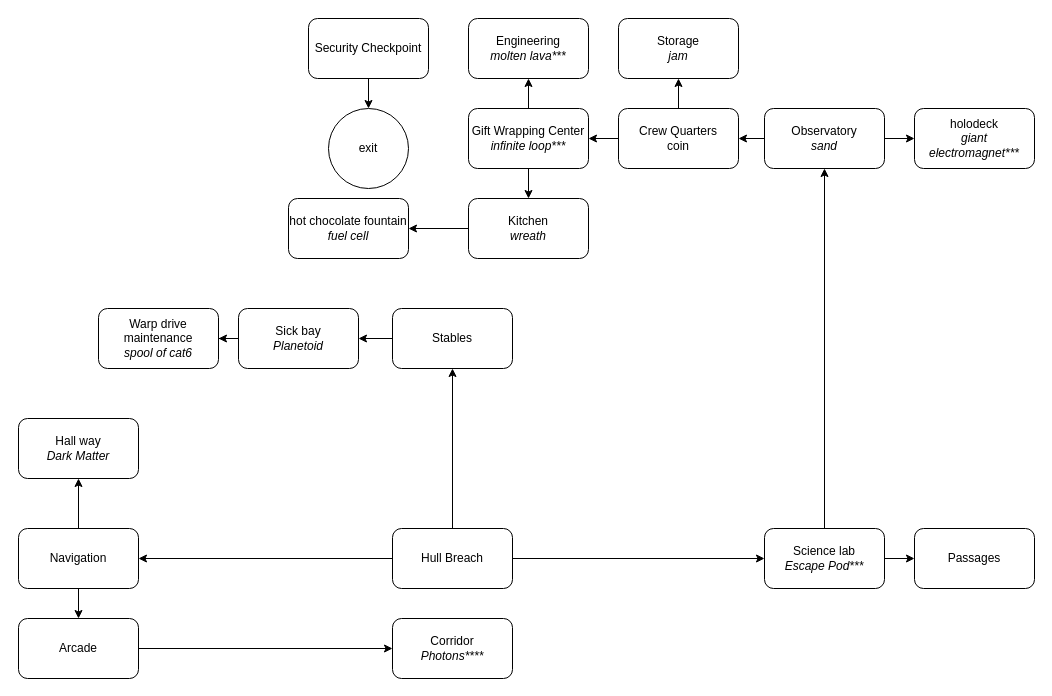
mahler/adventofcode keeps this draw.io diagram as 2019/25/AoC_2019-25.drawio. Above is the earlier version. Source tidied: cells renumbered, new cells numbered last; positions are measured from the earlier drawing's top-left corner, leaving out a move shared by most shapes. Both pictures are drawn from the tidied source at 100%, with x=0, y=0 at pixel (18, 18).
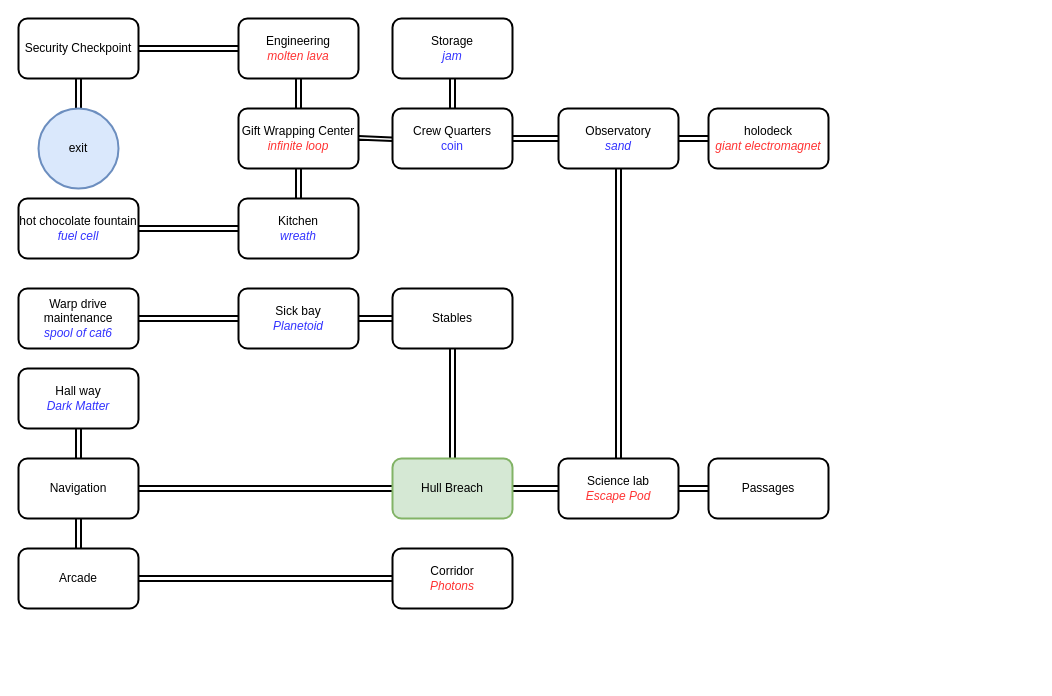
The same diagram, later.

Commit message:
Update AoC_2019-25.drawio to look nicer

What changed in the source:
```diff
@@
-    <mxCell id="2" style="edgeStyle=orthogonalEdgeStyle;rounded=0;jettySize=auto;html=1;exitX=0.5;exitY=0;exitDx=0;exitDy=0;" parent="1" edge="1" source="5" target="7">
+    <mxCell id="2" style="edgeStyle=orthogonalEdgeStyle;rounded=0;jettySize=auto;html=1;exitX=0.5;exitY=0;exitDx=0;exitDy=0;shape=link;strokeWidth=2;" parent="1" edge="1" source="5" target="7">
       <mxGeometry relative="1" as="geometry" />
     </mxCell>
-    <mxCell id="3" style="edgeStyle=orthogonalEdgeStyle;rounded=0;jettySize=auto;html=1;exitX=1;exitY=0.5;exitDx=0;exitDy=0;" parent="1" edge="1" source="5" target="11">
+    <mxCell id="3" style="edgeStyle=orthogonalEdgeStyle;rounded=0;jettySize=auto;html=1;exitX=1;exitY=0.5;exitDx=0;exitDy=0;shape=link;strokeWidth=2;" parent="1" edge="1" source="5" target="11">
       <mxGeometry relative="1" as="geometry" />
     </mxCell>
-    <mxCell id="4" style="edgeStyle=orthogonalEdgeStyle;rounded=0;jettySize=auto;html=1;exitX=0;exitY=0.5;exitDx=0;exitDy=0;" parent="1" edge="1" source="5" target="17">
+    <mxCell id="4" style="edgeStyle=orthogonalEdgeStyle;rounded=0;jettySize=auto;html=1;exitX=0;exitY=0.5;exitDx=0;exitDy=0;shape=link;strokeWidth=2;" parent="1" edge="1" source="5" target="17">
       <mxGeometry relative="1" as="geometry" />
     </mxCell>
-    <mxCell id="5" value="Hull Breach" style="rounded=1;whiteSpace=wrap;html=1;" parent="1" vertex="1">
-      <mxGeometry x="374" y="510" width="120" height="60" as="geometry" />
+    <mxCell id="5" value="Hull Breach" style="rounded=1;whiteSpace=wrap;html=1;fillColor=#d5e8d4;strokeColor=#82b366;strokeWidth=2;" parent="1" vertex="1">
+      <mxGeometry x="374" y="440" width="120" height="60" as="geometry" />
     </mxCell>
-    <mxCell id="6" style="edgeStyle=orthogonalEdgeStyle;rounded=0;jettySize=auto;html=1;" parent="1" edge="1" source="7" target="13">
+    <mxCell id="6" style="edgeStyle=orthogonalEdgeStyle;rounded=0;jettySize=auto;html=1;shape=link;strokeWidth=2;" parent="1" edge="1" source="7" target="13">
       <mxGeometry relative="1" as="geometry" />
     </mxCell>
-    <mxCell id="7" value="Stables" style="rounded=1;whiteSpace=wrap;html=1;" parent="1" vertex="1">
-      <mxGeometry x="374" y="290" width="120" height="60" as="geometry" />
+    <mxCell id="7" value="Stables" style="rounded=1;whiteSpace=wrap;html=1;strokeWidth=2;" parent="1" vertex="1">
+      <mxGeometry x="374" y="270" width="120" height="60" as="geometry" />
     </mxCell>
-    <mxCell id="8" value="Hall way&lt;br&gt;&lt;i&gt;Dark Matter&lt;/i&gt;" style="rounded=1;whiteSpace=wrap;html=1;" parent="1" vertex="1">
-      <mxGeometry y="400" width="120" height="60" as="geometry" />
+    <mxCell id="8" value="Hall way&lt;br&gt;&lt;i&gt;&lt;font style=&quot;color: rgb(51, 51, 255);&quot;&gt;Dark Matter&lt;/font&gt;&lt;/i&gt;" style="rounded=1;whiteSpace=wrap;html=1;strokeWidth=2;" parent="1" vertex="1">
+      <mxGeometry y="350" width="120" height="60" as="geometry" />
     </mxCell>
-    <mxCell id="9" style="edgeStyle=orthogonalEdgeStyle;rounded=0;jettySize=auto;html=1;exitX=0.5;exitY=0;exitDx=0;exitDy=0;entryX=0.5;entryY=1;entryDx=0;entryDy=0;" parent="1" edge="1" source="11" target="23">
+    <mxCell id="9" style="edgeStyle=orthogonalEdgeStyle;rounded=0;jettySize=auto;html=1;exitX=0.5;exitY=0;exitDx=0;exitDy=0;entryX=0.5;entryY=1;entryDx=0;entryDy=0;shape=link;strokeWidth=2;" parent="1" edge="1" source="11" target="23">
       <mxGeometry relative="1" as="geometry" />
     </mxCell>
-    <mxCell id="10" style="edgeStyle=orthogonalEdgeStyle;rounded=0;jettySize=auto;html=1;exitX=1;exitY=0.5;exitDx=0;exitDy=0;" parent="1" edge="1" source="11" target="24">
+    <mxCell id="10" style="edgeStyle=orthogonalEdgeStyle;rounded=0;jettySize=auto;html=1;exitX=1;exitY=0.5;exitDx=0;exitDy=0;strokeWidth=2;shape=link;" parent="1" edge="1" source="11" target="24">
       <mxGeometry relative="1" as="geometry" />
     </mxCell>
-    <mxCell id="11" value="Science lab&lt;br&gt;&lt;i&gt;Escape Pod***&lt;/i&gt;" style="rounded=1;whiteSpace=wrap;html=1;" parent="1" vertex="1">
-      <mxGeometry x="746" y="510" width="120" height="60" as="geometry" />
+    <mxCell id="11" value="Science lab&lt;br&gt;&lt;i&gt;&lt;font style=&quot;color: rgb(255, 51, 51);&quot;&gt;Escape Pod&lt;/font&gt;&lt;/i&gt;" style="rounded=1;whiteSpace=wrap;html=1;strokeWidth=2;" parent="1" vertex="1">
+      <mxGeometry x="540" y="440" width="120" height="60" as="geometry" />
     </mxCell>
-    <mxCell id="12" style="edgeStyle=orthogonalEdgeStyle;rounded=0;jettySize=auto;html=1;" parent="1" edge="1" source="13" target="14">
+    <mxCell id="12" style="edgeStyle=orthogonalEdgeStyle;rounded=0;jettySize=auto;html=1;shape=link;strokeWidth=2;" parent="1" edge="1" source="13" target="14">
       <mxGeometry relative="1" as="geometry" />
     </mxCell>
-    <mxCell id="13" value="Sick bay&lt;br&gt;&lt;i&gt;Planetoid&lt;/i&gt;" style="rounded=1;whiteSpace=wrap;html=1;" parent="1" vertex="1">
-      <mxGeometry x="220" y="290" width="120" height="60" as="geometry" />
+    <mxCell id="13" value="Sick bay&lt;br&gt;&lt;i&gt;&lt;font style=&quot;color: rgb(51, 51, 255);&quot;&gt;Planetoid&lt;/font&gt;&lt;/i&gt;" style="rounded=1;whiteSpace=wrap;html=1;strokeWidth=2;" parent="1" vertex="1">
+      <mxGeometry x="220" y="270" width="120" height="60" as="geometry" />
     </mxCell>
-    <mxCell id="14" value="Warp drive maintenance&lt;br&gt;&lt;i&gt;spool of cat6&lt;/i&gt;" style="rounded=1;whiteSpace=wrap;html=1;" parent="1" vertex="1">
-      <mxGeometry x="80" y="290" width="120" height="60" as="geometry" />
+    <mxCell id="14" value="Warp drive maintenance&lt;br&gt;&lt;i&gt;&lt;font style=&quot;color: rgb(51, 51, 255);&quot;&gt;spool of cat6&lt;/font&gt;&lt;/i&gt;" style="rounded=1;whiteSpace=wrap;html=1;strokeWidth=2;" parent="1" vertex="1">
+      <mxGeometry y="270" width="120" height="60" as="geometry" />
     </mxCell>
-    <mxCell id="15" style="edgeStyle=orthogonalEdgeStyle;rounded=0;jettySize=auto;html=1;" parent="1" edge="1" source="17" target="8">
+    <mxCell id="15" style="edgeStyle=orthogonalEdgeStyle;rounded=0;jettySize=auto;html=1;shape=link;strokeWidth=2;" parent="1" edge="1" source="17" target="8">
       <mxGeometry relative="1" as="geometry" />
     </mxCell>
-    <mxCell id="16" style="edgeStyle=orthogonalEdgeStyle;rounded=0;jettySize=auto;html=1;exitX=0.5;exitY=1;exitDx=0;exitDy=0;entryX=0.5;entryY=0;entryDx=0;entryDy=0;" parent="1" edge="1" source="17" target="19">
+    <mxCell id="16" style="edgeStyle=orthogonalEdgeStyle;rounded=0;jettySize=auto;html=1;exitX=0.5;exitY=1;exitDx=0;exitDy=0;entryX=0.5;entryY=0;entryDx=0;entryDy=0;shape=link;strokeWidth=2;" parent="1" edge="1" source="17" target="19">
       <mxGeometry relative="1" as="geometry" />
     </mxCell>
-    <mxCell id="17" value="Navigation" style="rounded=1;whiteSpace=wrap;html=1;" parent="1" vertex="1">
-      <mxGeometry y="510" width="120" height="60" as="geometry" />
+    <mxCell id="17" value="Navigation" style="rounded=1;whiteSpace=wrap;html=1;strokeWidth=2;" parent="1" vertex="1">
+      <mxGeometry y="440" width="120" height="60" as="geometry" />
     </mxCell>
-    <mxCell id="18" style="edgeStyle=orthogonalEdgeStyle;rounded=0;jettySize=auto;html=1;exitX=1;exitY=0.5;exitDx=0;exitDy=0;entryX=0;entryY=0.5;entryDx=0;entryDy=0;" parent="1" edge="1" source="19" target="20">
+    <mxCell id="18" style="edgeStyle=orthogonalEdgeStyle;rounded=0;jettySize=auto;html=1;exitX=1;exitY=0.5;exitDx=0;exitDy=0;entryX=0;entryY=0.5;entryDx=0;entryDy=0;shape=link;strokeWidth=2;" parent="1" edge="1" source="19" target="20">
       <mxGeometry relative="1" as="geometry" />
     </mxCell>
-    <mxCell id="19" value="Arcade" style="rounded=1;whiteSpace=wrap;html=1;" parent="1" vertex="1">
-      <mxGeometry y="600" width="120" height="60" as="geometry" />
+    <mxCell id="19" value="Arcade" style="rounded=1;whiteSpace=wrap;html=1;strokeWidth=2;" parent="1" vertex="1">
+      <mxGeometry y="530" width="120" height="60" as="geometry" />
     </mxCell>
-    <mxCell id="20" value="Corridor&lt;div&gt;&lt;i&gt;Photons****&lt;/i&gt;&lt;/div&gt;" style="rounded=1;whiteSpace=wrap;html=1;" parent="1" vertex="1">
-      <mxGeometry x="374" y="600" width="120" height="60" as="geometry" />
+    <mxCell id="20" value="Corridor&lt;div&gt;&lt;i&gt;&lt;font style=&quot;color: rgb(255, 51, 51);&quot;&gt;Photons&lt;/font&gt;&lt;/i&gt;&lt;/div&gt;" style="rounded=1;whiteSpace=wrap;html=1;strokeWidth=2;" parent="1" vertex="1">
+      <mxGeometry x="374" y="530" width="120" height="60" as="geometry" />
     </mxCell>
-    <mxCell id="21" style="edgeStyle=orthogonalEdgeStyle;rounded=0;jettySize=auto;html=1;" parent="1" edge="1" source="23" target="27">
+    <mxCell id="21" style="edgeStyle=orthogonalEdgeStyle;rounded=0;jettySize=auto;html=1;shape=link;strokeWidth=2;exitX=0;exitY=0.5;exitDx=0;exitDy=0;" parent="1" edge="1" source="23" target="27">
       <mxGeometry relative="1" as="geometry" />
     </mxCell>
-    <mxCell id="22" style="edgeStyle=orthogonalEdgeStyle;rounded=0;jettySize=auto;html=1;exitX=1;exitY=0.5;exitDx=0;exitDy=0;" parent="1" edge="1" source="23" target="28">
+    <mxCell id="22" style="edgeStyle=orthogonalEdgeStyle;rounded=0;jettySize=auto;html=1;exitX=1;exitY=0.5;exitDx=0;exitDy=0;shape=link;strokeWidth=2;" parent="1" edge="1" source="23" target="28">
       <mxGeometry relative="1" as="geometry" />
     </mxCell>
-    <mxCell id="23" value="Observatory&lt;div&gt;&lt;i&gt;sand&lt;/i&gt;&lt;/div&gt;" style="rounded=1;whiteSpace=wrap;html=1;" parent="1" vertex="1">
-      <mxGeometry x="746" y="90" width="120" height="60" as="geometry" />
+    <mxCell id="23" value="Observatory&lt;div&gt;&lt;i&gt;&lt;font style=&quot;color: rgb(51, 51, 255);&quot;&gt;sand&lt;/font&gt;&lt;/i&gt;&lt;/div&gt;" style="rounded=1;whiteSpace=wrap;html=1;strokeWidth=2;" parent="1" vertex="1">
+      <mxGeometry x="540" y="90" width="120" height="60" as="geometry" />
     </mxCell>
-    <mxCell id="24" value="Passages" style="rounded=1;whiteSpace=wrap;html=1;" parent="1" vertex="1">
-      <mxGeometry x="896" y="510" width="120" height="60" as="geometry" />
+    <mxCell id="24" value="Passages" style="rounded=1;whiteSpace=wrap;html=1;strokeWidth=2;" parent="1" vertex="1">
+      <mxGeometry x="690" y="440" width="120" height="60" as="geometry" />
     </mxCell>
-    <mxCell id="25" style="edgeStyle=orthogonalEdgeStyle;rounded=0;jettySize=auto;html=1;exitX=0;exitY=0.5;exitDx=0;exitDy=0;" parent="1" edge="1" source="27" target="31">
+    <mxCell id="25" style="edgeStyle=orthogonalEdgeStyle;rounded=0;jettySize=auto;html=1;exitX=0;exitY=0.5;exitDx=0;exitDy=0;shape=link;strokeWidth=2;" parent="1" edge="1" source="27" target="31">
       <mxGeometry relative="1" as="geometry" />
     </mxCell>
-    <mxCell id="26" style="edgeStyle=orthogonalEdgeStyle;rounded=0;jettySize=auto;html=1;exitX=0.5;exitY=0;exitDx=0;exitDy=0;entryX=0.5;entryY=1;entryDx=0;entryDy=0;" parent="1" edge="1" source="27" target="39">
+    <mxCell id="26" style="edgeStyle=orthogonalEdgeStyle;rounded=0;jettySize=auto;html=1;exitX=0.5;exitY=0;exitDx=0;exitDy=0;entryX=0.5;entryY=1;entryDx=0;entryDy=0;shape=link;strokeWidth=2;" parent="1" edge="1" source="27" target="39">
       <mxGeometry relative="1" as="geometry" />
     </mxCell>
-    <mxCell id="27" value="Crew Quarters&lt;br&gt;coin" style="rounded=1;whiteSpace=wrap;html=1;" parent="1" vertex="1">
-      <mxGeometry x="600" y="90" width="120" height="60" as="geometry" />
+    <mxCell id="27" value="Crew Quarters&lt;br&gt;&lt;font style=&quot;color: rgb(51, 51, 255);&quot;&gt;coin&lt;/font&gt;" style="rounded=1;whiteSpace=wrap;html=1;strokeWidth=2;" parent="1" vertex="1">
+      <mxGeometry x="374" y="90" width="120" height="60" as="geometry" />
     </mxCell>
-    <mxCell id="28" value="holodeck&lt;div&gt;&lt;i&gt;giant electromagnet***&lt;/i&gt;&lt;/div&gt;" style="rounded=1;whiteSpace=wrap;html=1;" parent="1" vertex="1">
-      <mxGeometry x="896" y="90" width="120" height="60" as="geometry" />
+    <mxCell id="28" value="holodeck&lt;div&gt;&lt;i&gt;&lt;font style=&quot;color: rgb(255, 51, 51);&quot;&gt;giant electromagnet&lt;/font&gt;&lt;/i&gt;&lt;/div&gt;" style="rounded=1;whiteSpace=wrap;html=1;strokeWidth=2;" parent="1" vertex="1">
+      <mxGeometry x="690" y="90" width="120" height="60" as="geometry" />
     </mxCell>
-    <mxCell id="29" style="edgeStyle=orthogonalEdgeStyle;rounded=0;jettySize=auto;html=1;exitX=0.5;exitY=0;exitDx=0;exitDy=0;entryX=0.5;entryY=1;entryDx=0;entryDy=0;" parent="1" edge="1" source="31" target="32">
+    <mxCell id="29" style="edgeStyle=orthogonalEdgeStyle;rounded=0;jettySize=auto;html=1;exitX=0.5;exitY=0;exitDx=0;exitDy=0;entryX=0.5;entryY=1;entryDx=0;entryDy=0;shape=link;strokeWidth=2;" parent="1" edge="1" source="31" target="32">
       <mxGeometry relative="1" as="geometry" />
     </mxCell>
-    <mxCell id="30" style="edgeStyle=orthogonalEdgeStyle;rounded=0;jettySize=auto;html=1;exitX=0.5;exitY=1;exitDx=0;exitDy=0;entryX=0.5;entryY=0;entryDx=0;entryDy=0;" parent="1" edge="1" source="31" target="34">
+    <mxCell id="30" style="edgeStyle=orthogonalEdgeStyle;rounded=0;jettySize=auto;html=1;exitX=0.5;exitY=1;exitDx=0;exitDy=0;entryX=0.5;entryY=0;entryDx=0;entryDy=0;shape=link;strokeWidth=2;" parent="1" edge="1" source="31" target="34">
       <mxGeometry relative="1" as="geometry" />
     </mxCell>
-    <mxCell id="31" value="Gift Wrapping Center&lt;br&gt;&lt;i&gt;infinite loop***&lt;/i&gt;" style="rounded=1;whiteSpace=wrap;html=1;" parent="1" vertex="1">
-      <mxGeometry x="450" y="90" width="120" height="60" as="geometry" />
+    <mxCell id="31" value="Gift Wrapping Center&lt;br&gt;&lt;i&gt;&lt;font style=&quot;color: rgb(255, 51, 51);&quot;&gt;infinite loop&lt;/font&gt;&lt;/i&gt;" style="rounded=1;whiteSpace=wrap;html=1;strokeWidth=2;" parent="1" vertex="1">
+      <mxGeometry x="220" y="90" width="120" height="60" as="geometry" />
     </mxCell>
+    <mxCell id="40" style="edgeStyle=orthogonalEdgeStyle;rounded=0;jettySize=auto;html=1;exitX=0;exitY=0.5;exitDx=0;exitDy=0;entryX=1;entryY=0.5;entryDx=0;entryDy=0;shape=link;strokeWidth=2;" parent="1" edge="1" source="32" target="36">
+      <mxGeometry relative="1" as="geometry" />
+    </mxCell>
-    <mxCell id="32" value="Engineering&lt;br&gt;&lt;i&gt;molten lava***&lt;/i&gt;" style="rounded=1;whiteSpace=wrap;html=1;" parent="1" vertex="1">
-      <mxGeometry x="450" width="120" height="60" as="geometry" />
+    <mxCell id="32" value="Engineering&lt;br&gt;&lt;i&gt;&lt;font style=&quot;color: rgb(255, 51, 51);&quot;&gt;molten lava&lt;/font&gt;&lt;/i&gt;" style="rounded=1;whiteSpace=wrap;html=1;strokeWidth=2;" parent="1" vertex="1">
+      <mxGeometry x="220" width="120" height="60" as="geometry" />
     </mxCell>
-    <mxCell id="33" style="edgeStyle=orthogonalEdgeStyle;rounded=0;jettySize=auto;html=1;exitX=0;exitY=0.5;exitDx=0;exitDy=0;" parent="1" edge="1" source="34" target="38">
+    <mxCell id="33" style="edgeStyle=orthogonalEdgeStyle;rounded=0;jettySize=auto;html=1;exitX=0;exitY=0.5;exitDx=0;exitDy=0;shape=link;strokeWidth=2;" parent="1" edge="1" source="34" target="38">
       <mxGeometry relative="1" as="geometry" />
     </mxCell>
-    <mxCell id="34" value="Kitchen&lt;div&gt;&lt;i&gt;wreath&lt;/i&gt;&lt;/div&gt;" style="rounded=1;whiteSpace=wrap;html=1;" parent="1" vertex="1">
-      <mxGeometry x="450" y="180" width="120" height="60" as="geometry" />
+    <mxCell id="34" value="Kitchen&lt;div&gt;&lt;i&gt;&lt;font style=&quot;color: rgb(51, 51, 255);&quot;&gt;wreath&lt;/font&gt;&lt;/i&gt;&lt;/div&gt;" style="rounded=1;whiteSpace=wrap;html=1;strokeWidth=2;" parent="1" vertex="1">
+      <mxGeometry x="220" y="180" width="120" height="60" as="geometry" />
     </mxCell>
-    <mxCell id="35" style="edgeStyle=orthogonalEdgeStyle;rounded=0;jettySize=auto;html=1;exitX=0.5;exitY=1;exitDx=0;exitDy=0;entryX=0.5;entryY=0;entryDx=0;entryDy=0;" parent="1" edge="1" source="36" target="37">
+    <mxCell id="35" style="edgeStyle=orthogonalEdgeStyle;rounded=0;jettySize=auto;html=1;exitX=0.5;exitY=1;exitDx=0;exitDy=0;entryX=0.5;entryY=0;entryDx=0;entryDy=0;shape=link;strokeWidth=2;" parent="1" edge="1" source="36" target="37">
       <mxGeometry relative="1" as="geometry" />
     </mxCell>
-    <mxCell id="36" value="Security Checkpoint" style="rounded=1;whiteSpace=wrap;html=1;" parent="1" vertex="1">
-      <mxGeometry x="290" width="120" height="60" as="geometry" />
+    <mxCell id="36" value="Security Checkpoint" style="rounded=1;whiteSpace=wrap;html=1;strokeWidth=2;" parent="1" vertex="1">
+      <mxGeometry width="120" height="60" as="geometry" />
     </mxCell>
-    <mxCell id="37" value="exit" style="ellipse;whiteSpace=wrap;html=1;" parent="1" vertex="1">
-      <mxGeometry x="310" y="90" width="80" height="80" as="geometry" />
+    <mxCell id="37" value="exit" style="ellipse;whiteSpace=wrap;html=1;fillColor=#dae8fc;strokeColor=#6c8ebf;strokeWidth=2;" parent="1" vertex="1">
+      <mxGeometry x="20" y="90" width="80" height="80" as="geometry" />
     </mxCell>
-    <mxCell id="38" value="hot chocolate fountain&lt;br&gt;&lt;i&gt;fuel cell&lt;/i&gt;" style="rounded=1;whiteSpace=wrap;html=1;" parent="1" vertex="1">
-      <mxGeometry x="270" y="180" width="120" height="60" as="geometry" />
+    <mxCell id="38" value="hot chocolate fountain&lt;br&gt;&lt;i&gt;&lt;font style=&quot;color: rgb(51, 51, 255);&quot;&gt;fuel cell&lt;/font&gt;&lt;/i&gt;" style="rounded=1;whiteSpace=wrap;html=1;strokeWidth=2;" parent="1" vertex="1">
+      <mxGeometry y="180" width="120" height="60" as="geometry" />
     </mxCell>
-    <mxCell id="39" value="Storage&lt;br&gt;&lt;i&gt;jam&lt;/i&gt;" style="rounded=1;whiteSpace=wrap;html=1;" parent="1" vertex="1">
-      <mxGeometry x="600" width="120" height="60" as="geometry" />
+    <mxCell id="39" value="Storage&lt;br&gt;&lt;i&gt;&lt;font style=&quot;color: rgb(51, 51, 255);&quot;&gt;jam&lt;/font&gt;&lt;/i&gt;" style="rounded=1;whiteSpace=wrap;html=1;strokeWidth=2;" parent="1" vertex="1">
+      <mxGeometry x="374" width="120" height="60" as="geometry" />
     </mxCell>
```
